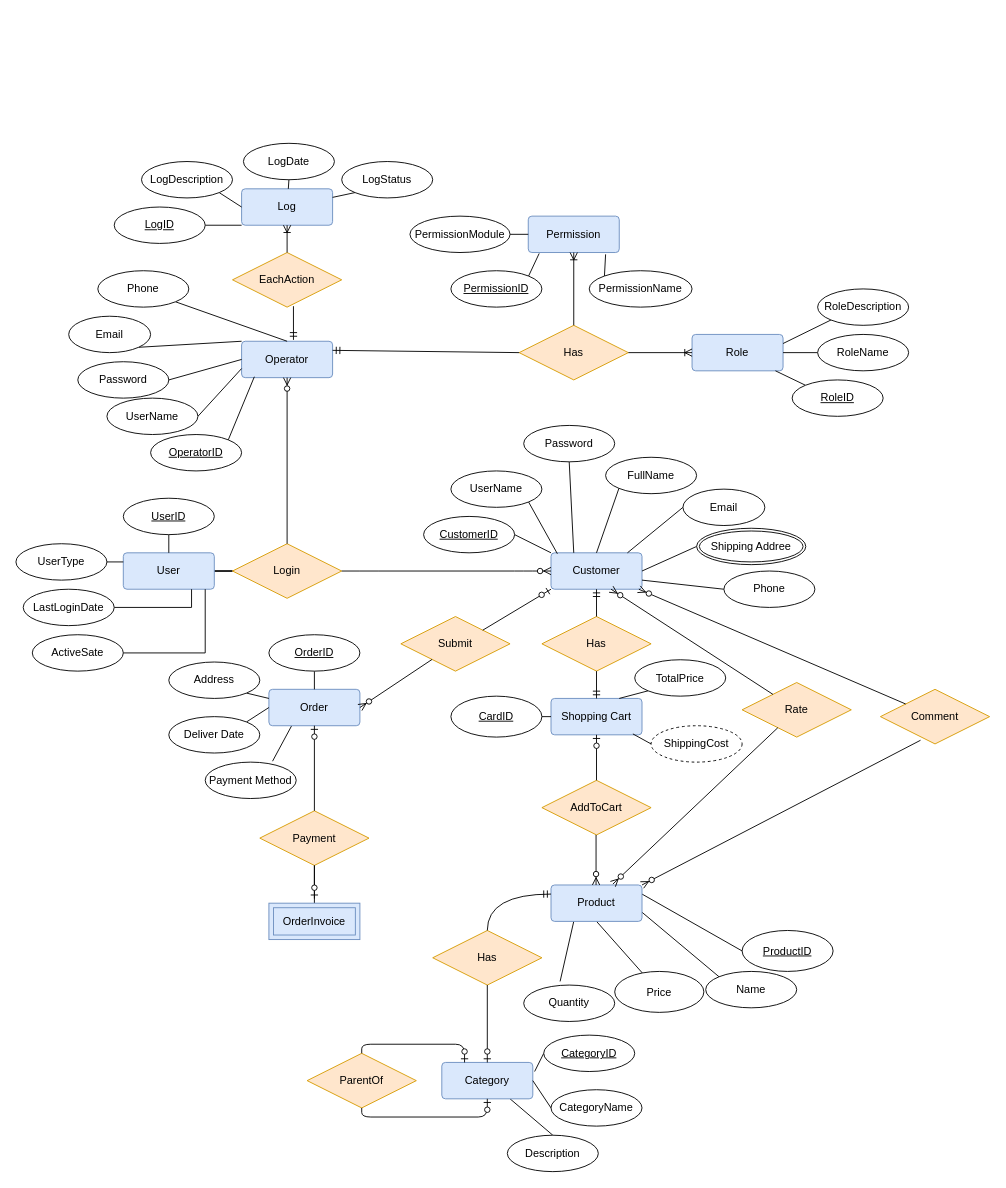
zeinab-hajhosseini/Online-shop-ERD keeps this draw.io diagram as Untitled Diagram.drawio. Above is the earlier version. Source tidied: cells renumbered, new cells numbered last; positions are measured from the earlier drawing's top-left corner, leaving out a move shared by most shapes. Both pictures are drawn from the tidied source at 91%, with x=0, y=0 at pixel (15, 143).
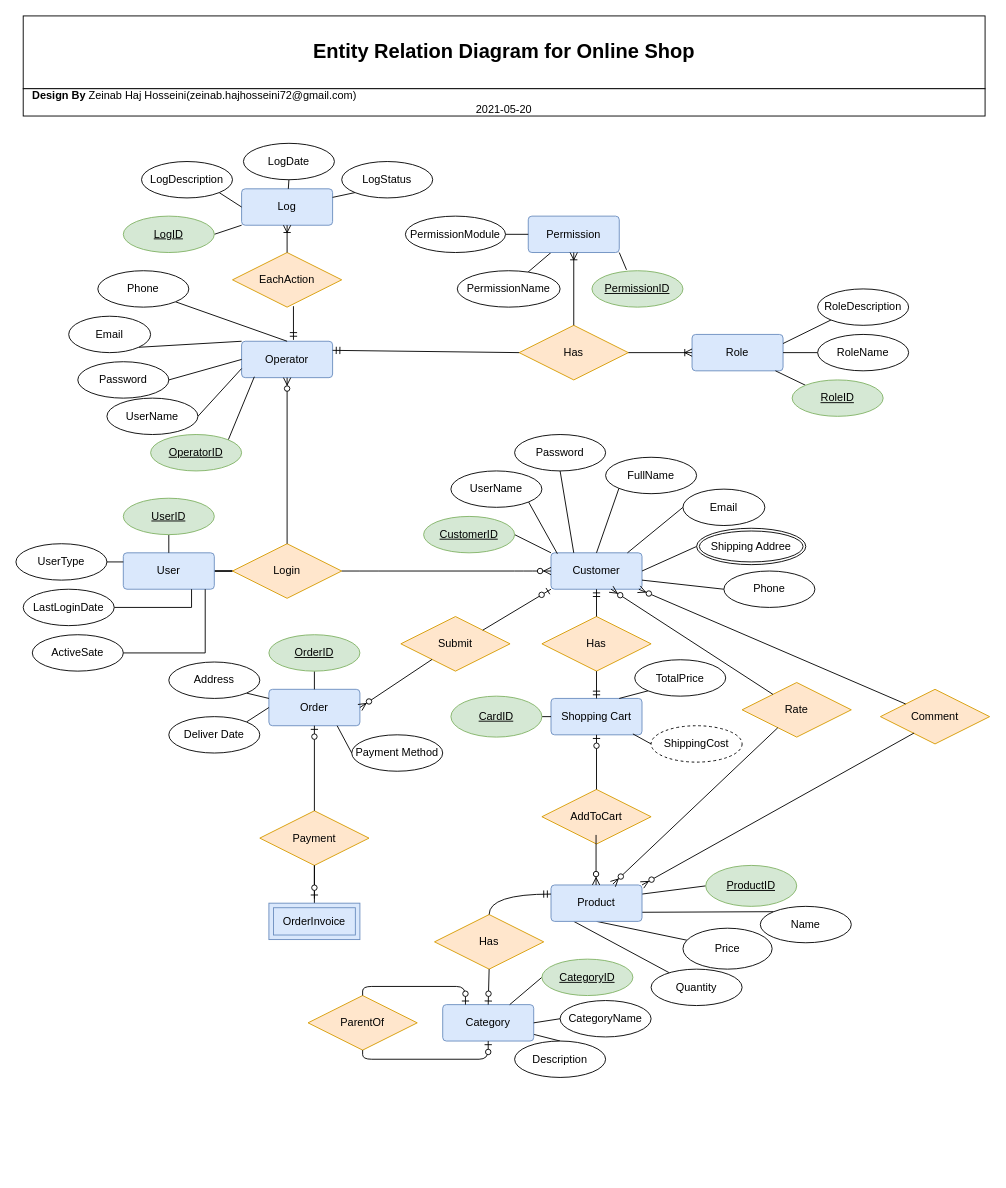
Above is the later version.

Unchanged cells that the change refers to:
```xml
<mxCell id="31" value="Product" style="rounded=1;arcSize=10;whiteSpace=wrap;html=1;align=center;fillColor=#dae8fc;strokeColor=#6c8ebf;" parent="1" vertex="1">
  <mxGeometry x="588" y="815" width="100" height="40" as="geometry" />
</mxCell>
<mxCell id="38" value="Order" style="rounded=1;arcSize=10;whiteSpace=wrap;html=1;align=center;fillColor=#dae8fc;strokeColor=#6c8ebf;" parent="1" vertex="1">
  <mxGeometry x="278" y="600" width="100" height="40" as="geometry" />
</mxCell>
<mxCell id="74" value="Comment" style="shape=rhombus;perimeter=rhombusPerimeter;whiteSpace=wrap;html=1;align=center;fillColor=#ffe6cc;strokeColor=#d79b00;" parent="1" vertex="1">
  <mxGeometry x="950" y="600" width="120" height="60" as="geometry" />
</mxCell>
<mxCell id="110" value="Permission" style="rounded=1;arcSize=10;whiteSpace=wrap;html=1;align=center;fillColor=#dae8fc;strokeColor=#6c8ebf;" parent="1" vertex="1">
  <mxGeometry x="563" y="80" width="100" height="40" as="geometry" />
</mxCell>
```

The edit, as a diff of the source:
```diff
@@
-    <mxCell id="7" value="UserID" style="ellipse;whiteSpace=wrap;html=1;align=center;fontStyle=4;" parent="1" vertex="1">
+    <mxCell id="7" value="UserID" style="ellipse;whiteSpace=wrap;html=1;align=center;fontStyle=4;fillColor=#d5e8d4;strokeColor=#82b366;" parent="1" vertex="1">
       <mxGeometry x="118" y="390" width="100" height="40" as="geometry" />
     </mxCell>
@@
-    <mxCell id="13" value="CustomerID" style="ellipse;whiteSpace=wrap;html=1;align=center;fontStyle=4;" parent="1" vertex="1">
+    <mxCell id="13" value="CustomerID" style="ellipse;whiteSpace=wrap;html=1;align=center;fontStyle=4;fillColor=#d5e8d4;strokeColor=#82b366;" parent="1" vertex="1">
       <mxGeometry x="448" y="410" width="100" height="40" as="geometry" />
     </mxCell>
@@
     <mxCell id="17" value="Password" style="ellipse;whiteSpace=wrap;html=1;align=center;" parent="1" vertex="1">
-      <mxGeometry x="558" y="310" width="100" height="40" as="geometry" />
+      <mxGeometry x="548" y="320" width="100" height="40" as="geometry" />
     </mxCell>
@@
     <mxCell id="24" value="AddToCart" style="shape=rhombus;perimeter=rhombusPerimeter;whiteSpace=wrap;html=1;align=center;fillColor=#ffe6cc;strokeColor=#d79b00;" parent="1" vertex="1">
-      <mxGeometry x="578" y="700" width="120" height="60" as="geometry" />
+      <mxGeometry x="578" y="710" width="120" height="60" as="geometry" />
     </mxCell>
@@
-    <mxCell id="27" style="edgeStyle=none;rounded=0;jettySize=auto;html=1;exitX=0.25;exitY=1;exitDx=0;exitDy=0;entryX=0.4;entryY=-0.1;entryDx=0;entryDy=0;entryPerimeter=0;endArrow=none;endFill=0;" parent="1" edge="1" source="31" target="35">
+    <mxCell id="27" style="edgeStyle=none;rounded=0;jettySize=auto;html=1;exitX=0.25;exitY=1;exitDx=0;exitDy=0;endArrow=none;endFill=0;" parent="1" edge="1" source="31" target="35">
       <mxGeometry relative="1" as="geometry" />
     </mxCell>
@@
-    <mxCell id="32" value="ProductID" style="ellipse;whiteSpace=wrap;html=1;align=center;fontStyle=4;" parent="1" vertex="1">
-      <mxGeometry x="798" y="865" width="100" height="45" as="geometry" />
+    <mxCell id="32" value="ProductID" style="ellipse;whiteSpace=wrap;html=1;align=center;fontStyle=4;fillColor=#d5e8d4;strokeColor=#82b366;" parent="1" vertex="1">
+      <mxGeometry x="758" y="793.5" width="100" height="45" as="geometry" />
     </mxCell>
     <mxCell id="33" value="Name" style="ellipse;whiteSpace=wrap;html=1;align=center;" parent="1" vertex="1">
-      <mxGeometry x="758" y="910" width="100" height="40" as="geometry" />
+      <mxGeometry x="818" y="838.5" width="100" height="40" as="geometry" />
     </mxCell>
     <mxCell id="34" value="Price" style="ellipse;whiteSpace=wrap;html=1;align=center;" parent="1" vertex="1">
-      <mxGeometry x="658" y="910" width="98" height="45" as="geometry" />
+      <mxGeometry x="733" y="862.5" width="98" height="45" as="geometry" />
     </mxCell>
     <mxCell id="35" value="Quantity" style="ellipse;whiteSpace=wrap;html=1;align=center;" parent="1" vertex="1">
-      <mxGeometry x="558" y="925" width="100" height="40" as="geometry" />
+      <mxGeometry x="698" y="907.5" width="100" height="40" as="geometry" />
     </mxCell>
@@
-    <mxCell id="37" style="edgeStyle=none;rounded=0;jettySize=auto;html=1;exitX=0.25;exitY=1;exitDx=0;exitDy=0;entryX=0.74;entryY=-0.025;entryDx=0;entryDy=0;entryPerimeter=0;endArrow=none;endFill=0;" parent="1" edge="1" source="38" target="43">
-      <mxGeometry relative="1" as="geometry" />
-    </mxCell>
@@
-    <mxCell id="40" value="OrderID" style="ellipse;whiteSpace=wrap;html=1;align=center;fontStyle=4;" parent="1" vertex="1">
+    <mxCell id="40" value="OrderID" style="ellipse;whiteSpace=wrap;html=1;align=center;fontStyle=4;fillColor=#d5e8d4;strokeColor=#82b366;" parent="1" vertex="1">
       <mxGeometry x="278" y="540" width="100" height="40" as="geometry" />
     </mxCell>
@@
+    <mxCell id="130" style="edgeStyle=none;rounded=0;jettySize=auto;html=1;exitX=0;exitY=0.5;exitDx=0;exitDy=0;entryX=0.75;entryY=1;entryDx=0;entryDy=0;endArrow=none;endFill=0;" parent="1" edge="1" source="43" target="38">
+      <mxGeometry relative="1" as="geometry" />
+    </mxCell>
     <mxCell id="43" value="Payment Method" style="ellipse;whiteSpace=wrap;html=1;align=center;" parent="1" vertex="1">
-      <mxGeometry x="208" y="680" width="100" height="40" as="geometry" />
+      <mxGeometry x="369" y="650" width="100" height="40" as="geometry" />
     </mxCell>
@@
-    <mxCell id="46" style="edgeStyle=none;rounded=0;jettySize=auto;html=1;exitX=0.75;exitY=1;exitDx=0;exitDy=0;entryX=0.5;entryY=0;entryDx=0;entryDy=0;endArrow=none;endFill=0;" parent="1" edge="1" source="47" target="80">
+    <mxCell id="46" style="edgeStyle=none;rounded=0;jettySize=auto;html=1;entryX=0.5;entryY=0;entryDx=0;entryDy=0;endArrow=none;endFill=0;" parent="1" edge="1" source="47" target="80">
       <mxGeometry relative="1" as="geometry" />
     </mxCell>
     <mxCell id="47" value="Category" style="rounded=1;arcSize=10;whiteSpace=wrap;html=1;align=center;fillColor=#dae8fc;strokeColor=#6c8ebf;" parent="1" vertex="1">
-      <mxGeometry x="468" y="1010" width="100" height="40" as="geometry" />
+      <mxGeometry x="469" y="946.5" width="100" height="40" as="geometry" />
     </mxCell>
     <mxCell id="48" value="Has" style="shape=rhombus;perimeter=rhombusPerimeter;whiteSpace=wrap;html=1;align=center;fillColor=#ffe6cc;strokeColor=#d79b00;" parent="1" vertex="1">
-      <mxGeometry x="458" y="865" width="120" height="60" as="geometry" />
+      <mxGeometry x="460" y="847.5" width="120" height="60" as="geometry" />
     </mxCell>
-    <mxCell id="49" style="edgeStyle=none;rounded=0;jettySize=auto;html=1;exitX=0;exitY=0.5;exitDx=0;exitDy=0;endArrow=none;endFill=0;" parent="1" edge="1" source="50">
-      <mxGeometry relative="1" as="geometry">
-        <mxPoint x="570" y="1020" as="targetPoint" />
-      </mxGeometry>
+    <mxCell id="49" style="edgeStyle=none;rounded=0;jettySize=auto;html=1;exitX=0;exitY=0.5;exitDx=0;exitDy=0;endArrow=none;endFill=0;" parent="1" edge="1" source="50" target="47">
+      <mxGeometry relative="1" as="geometry" />
     </mxCell>
-    <mxCell id="50" value="CategoryID" style="ellipse;whiteSpace=wrap;html=1;align=center;fontStyle=4;" parent="1" vertex="1">
-      <mxGeometry x="580" y="980" width="100" height="40" as="geometry" />
+    <mxCell id="50" value="CategoryID" style="ellipse;whiteSpace=wrap;html=1;align=center;fontStyle=4;fillColor=#d5e8d4;strokeColor=#82b366;" parent="1" vertex="1">
+      <mxGeometry x="578" y="896.5" width="100" height="40" as="geometry" />
     </mxCell>
@@
     <mxCell id="52" value="&lt;div&gt;CategoryName&lt;/div&gt;" style="ellipse;whiteSpace=wrap;html=1;align=center;" parent="1" vertex="1">
-      <mxGeometry x="588" y="1040" width="100" height="40" as="geometry" />
+      <mxGeometry x="598" y="942" width="100" height="40" as="geometry" />
     </mxCell>
     <mxCell id="53" value="ParentOf" style="shape=rhombus;perimeter=rhombusPerimeter;whiteSpace=wrap;html=1;align=center;fillColor=#ffe6cc;strokeColor=#d79b00;" parent="1" vertex="1">
-      <mxGeometry x="320" y="1000" width="120" height="60" as="geometry" />
+      <mxGeometry x="321" y="936.5" width="120" height="60" as="geometry" />
     </mxCell>
@@
-    <mxCell id="58" value="CardID" style="ellipse;whiteSpace=wrap;html=1;align=center;fontStyle=4;" parent="1" vertex="1">
+    <mxCell id="58" value="CardID" style="ellipse;whiteSpace=wrap;html=1;align=center;fontStyle=4;fillColor=#d5e8d4;strokeColor=#82b366;" parent="1" vertex="1">
       <mxGeometry x="478" y="607.5" width="100" height="45" as="geometry" />
     </mxCell>
@@
-    <mxCell id="79" style="fontSize=12;html=1;endArrow=ERzeroToMany;endFill=1;exitX=0.367;exitY=0.933;exitDx=0;exitDy=0;exitPerimeter=0;entryX=1;entryY=0;entryDx=0;entryDy=0;" parent="1" edge="1" source="74" target="31">
+    <mxCell id="79" style="fontSize=12;html=1;endArrow=ERzeroToMany;endFill=1;exitX=0.308;exitY=0.8;exitDx=0;exitDy=0;exitPerimeter=0;entryX=1;entryY=0;entryDx=0;entryDy=0;" parent="1" edge="1" source="74" target="31">
       <mxGeometry relative="1" as="geometry" />
     </mxCell>
     <mxCell id="80" value="&lt;div&gt;Description&lt;/div&gt;" style="ellipse;whiteSpace=wrap;html=1;align=center;" parent="1" vertex="1">
-      <mxGeometry x="540" y="1090" width="100" height="40" as="geometry" />
+      <mxGeometry x="548" y="986.5" width="100" height="40" as="geometry" />
     </mxCell>
@@
-    <mxCell id="89" value="&lt;div&gt;OperatorID&lt;/div&gt;" style="ellipse;whiteSpace=wrap;html=1;align=center;fontStyle=4;" parent="1" vertex="1">
+    <mxCell id="89" value="&lt;div&gt;OperatorID&lt;/div&gt;" style="ellipse;whiteSpace=wrap;html=1;align=center;fontStyle=4;fillColor=#d5e8d4;strokeColor=#82b366;" parent="1" vertex="1">
       <mxGeometry x="148" y="320" width="100" height="40" as="geometry" />
     </mxCell>
@@
-    <mxCell id="103" value="RoleID" style="ellipse;whiteSpace=wrap;html=1;align=center;fontStyle=4;" parent="1" vertex="1">
+    <mxCell id="103" value="RoleID" style="ellipse;whiteSpace=wrap;html=1;align=center;fontStyle=4;fillColor=#d5e8d4;strokeColor=#82b366;" parent="1" vertex="1">
       <mxGeometry x="853" y="260" width="100" height="40" as="geometry" />
     </mxCell>
@@
+    <mxCell id="131" style="edgeStyle=none;rounded=0;jettySize=auto;html=1;exitX=1;exitY=1;exitDx=0;exitDy=0;entryX=0.38;entryY=-0.025;entryDx=0;entryDy=0;entryPerimeter=0;endArrow=none;endFill=0;" parent="1" edge="1" source="110" target="112">
+      <mxGeometry relative="1" as="geometry" />
+    </mxCell>
+    <mxCell id="132" style="edgeStyle=none;rounded=0;jettySize=auto;html=1;exitX=0.25;exitY=1;exitDx=0;exitDy=0;endArrow=none;endFill=0;" parent="1" edge="1" source="110" target="116">
+      <mxGeometry relative="1" as="geometry" />
+    </mxCell>
@@
-    <mxCell id="111" style="edgeStyle=none;rounded=0;jettySize=auto;html=1;exitX=1;exitY=0;exitDx=0;exitDy=0;entryX=0.12;entryY=1.025;entryDx=0;entryDy=0;entryPerimeter=0;endArrow=none;endFill=0;" parent="1" edge="1" source="112" target="110">
-      <mxGeometry relative="1" as="geometry" />
-    </mxCell>
-    <mxCell id="112" value="PermissionID" style="ellipse;whiteSpace=wrap;html=1;align=center;fontStyle=4;" parent="1" vertex="1">
-      <mxGeometry x="478" y="140" width="100" height="40" as="geometry" />
+    <mxCell id="112" value="PermissionID" style="ellipse;whiteSpace=wrap;html=1;align=center;fontStyle=4;fillColor=#d5e8d4;strokeColor=#82b366;" parent="1" vertex="1">
+      <mxGeometry x="633" y="140" width="100" height="40" as="geometry" />
     </mxCell>
@@
     <mxCell id="114" value="PermissionModule" style="ellipse;whiteSpace=wrap;html=1;align=center;" parent="1" vertex="1">
-      <mxGeometry x="433" y="80" width="110" height="40" as="geometry" />
+      <mxGeometry x="428" y="80" width="110" height="40" as="geometry" />
     </mxCell>
-    <mxCell id="115" style="edgeStyle=none;rounded=0;jettySize=auto;html=1;exitX=0;exitY=0;exitDx=0;exitDy=0;entryX=0.85;entryY=1.05;entryDx=0;entryDy=0;entryPerimeter=0;endArrow=none;endFill=0;" parent="1" edge="1" source="116" target="110">
-      <mxGeometry relative="1" as="geometry" />
-    </mxCell>
     <mxCell id="116" value="PermissionName" style="ellipse;whiteSpace=wrap;html=1;align=center;" parent="1" vertex="1">
-      <mxGeometry x="630" y="140" width="113" height="40" as="geometry" />
+      <mxGeometry x="485" y="140" width="113" height="40" as="geometry" />
     </mxCell>
@@
-    <mxCell id="122" value="LogID" style="ellipse;whiteSpace=wrap;html=1;align=center;fontStyle=4;" parent="1" vertex="1">
-      <mxGeometry x="108" y="70" width="100" height="40" as="geometry" />
+    <mxCell id="122" value="LogID" style="ellipse;whiteSpace=wrap;html=1;align=center;fontStyle=4;fillColor=#d5e8d4;strokeColor=#82b366;" parent="1" vertex="1">
+      <mxGeometry x="118" y="80" width="100" height="40" as="geometry" />
     </mxCell>
@@
+    <mxCell id="133" value="&lt;h2 style=&quot;font-size: 22px&quot;&gt;Entity Relation Diagram for Online Shop&lt;/h2&gt;" style="rounded=0;whiteSpace=wrap;html=1;align=center;" parent="1" vertex="1">
+      <mxGeometry x="8" y="-140" width="1057" height="80" as="geometry" />
+    </mxCell>
+    <mxCell id="134" value="&lt;div&gt;&lt;b&gt;Design By&lt;/b&gt; Zeinab Haj Hosseini(zeinab.hajhosseini72@gmail.com)&amp;nbsp;&amp;nbsp;&amp;nbsp;&amp;nbsp;&amp;nbsp;&amp;nbsp;&amp;nbsp; &amp;nbsp; &amp;nbsp; &amp;nbsp; &amp;nbsp; &amp;nbsp; &amp;nbsp; &amp;nbsp; &amp;nbsp;&amp;nbsp; &amp;nbsp;&amp;nbsp;&amp;nbsp;&amp;nbsp;&amp;nbsp;&amp;nbsp;&amp;nbsp;&amp;nbsp;&amp;nbsp;&amp;nbsp;&amp;nbsp;&amp;nbsp;&amp;nbsp;&amp;nbsp;&amp;nbsp;&amp;nbsp;&amp;nbsp;&amp;nbsp;&amp;nbsp;&amp;nbsp;&amp;nbsp;&amp;nbsp;&amp;nbsp;&amp;nbsp;&amp;nbsp;&amp;nbsp;&amp;nbsp;&amp;nbsp;&amp;nbsp;&amp;nbsp;&amp;nbsp;&amp;nbsp;&amp;nbsp;&amp;nbsp;&amp;nbsp;&amp;nbsp;&amp;nbsp;&amp;nbsp;&amp;nbsp;&amp;nbsp;&amp;nbsp;&amp;nbsp;&amp;nbsp;&amp;nbsp;&amp;nbsp;&amp;nbsp;&amp;nbsp;&amp;nbsp;&amp;nbsp;&amp;nbsp;&amp;nbsp;&amp;nbsp;&amp;nbsp;&amp;nbsp;&amp;nbsp;&amp;nbsp;&amp;nbsp;&amp;nbsp;&amp;nbsp;&amp;nbsp;&amp;nbsp;&amp;nbsp;&amp;nbsp;&amp;nbsp;&amp;nbsp;&amp;nbsp;&amp;nbsp;&amp;nbsp;&amp;nbsp;&amp;nbsp;&amp;nbsp;&amp;nbsp;&amp;nbsp;&amp;nbsp;&amp;nbsp;&amp;nbsp;&amp;nbsp;&amp;nbsp;&amp;nbsp;&amp;nbsp;&amp;nbsp;&amp;nbsp;&amp;nbsp;&amp;nbsp;&amp;nbsp;&amp;nbsp;&amp;nbsp;&amp;nbsp;&amp;nbsp;&amp;nbsp;&amp;nbsp;&amp;nbsp;&amp;nbsp;&amp;nbsp;&amp;nbsp;&amp;nbsp;&amp;nbsp;&amp;nbsp;&amp;nbsp;&amp;nbsp;&amp;nbsp;&amp;nbsp;&amp;nbsp;&amp;nbsp;&amp;nbsp;&amp;nbsp;&amp;nbsp;&amp;nbsp;&amp;nbsp;&amp;nbsp;&amp;nbsp;&amp;nbsp;&amp;nbsp;&amp;nbsp;&amp;nbsp;&amp;nbsp;&amp;nbsp;&amp;nbsp;&amp;nbsp;&amp;nbsp;&amp;nbsp;&amp;nbsp;&amp;nbsp;&amp;nbsp;&amp;nbsp;&amp;nbsp;&amp;nbsp;&amp;nbsp;&amp;nbsp;&amp;nbsp;&amp;nbsp;&amp;nbsp;&amp;nbsp;&amp;nbsp;&amp;nbsp;&amp;nbsp;&amp;nbsp;&amp;nbsp;&amp;nbsp;&amp;nbsp;&amp;nbsp;&amp;nbsp;&amp;nbsp;&amp;nbsp;&amp;nbsp;&amp;nbsp;&amp;nbsp;&amp;nbsp;&amp;nbsp;&amp;nbsp;&amp;nbsp;&amp;nbsp;&amp;nbsp;&amp;nbsp;&amp;nbsp;&amp;nbsp;&amp;nbsp;&amp;nbsp;&amp;nbsp;&amp;nbsp;&amp;nbsp;&amp;nbsp;&amp;nbsp;&amp;nbsp;&amp;nbsp;&amp;nbsp;&amp;nbsp;&amp;nbsp;&amp;nbsp;&amp;nbsp;&amp;nbsp;&amp;nbsp;&amp;nbsp;&amp;nbsp;&amp;nbsp;&amp;nbsp;&amp;nbsp;&amp;nbsp;&amp;nbsp; 2021-05-20&lt;br&gt;&lt;/div&gt;" style="rounded=0;whiteSpace=wrap;html=1;align=center;" parent="1" vertex="1">
+      <mxGeometry x="8" y="-60" width="1057" height="30" as="geometry" />
+    </mxCell>
```
